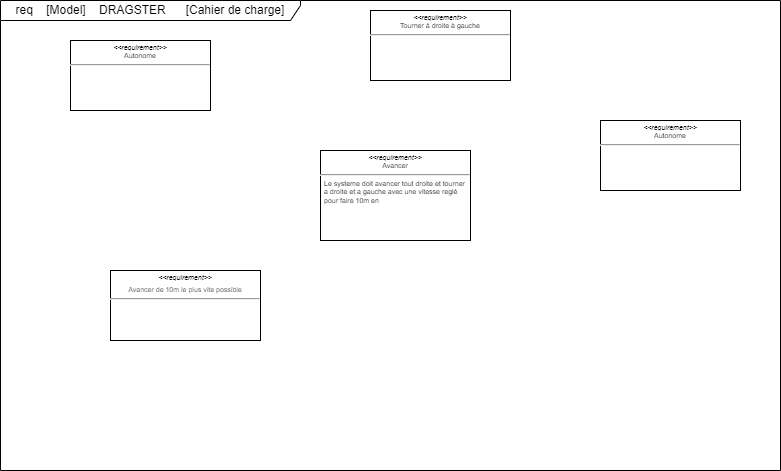
This is cahier de charge.drawio.png from RayenENSEA/DRAGSTER, a draw.io export, as it was before one commit. Source tidied: cells renumbered, new cells last; positions are measured from the earlier drawing's top-left corner, leaving out a move shared by most shapes.
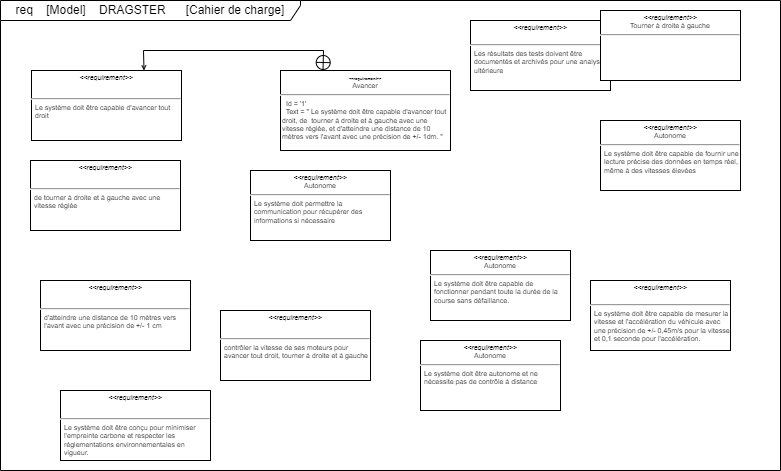
After the change.

Commit message:
Mettre à jour cahier de charge.drawio.png

Diff of the diagram source:
```diff
@@ -5,20 +5,52 @@
     <mxCell id="2" value="req&amp;nbsp; &amp;nbsp; [Model]&amp;nbsp; &amp;nbsp; DRAGSTER&amp;nbsp; &amp;nbsp; &amp;nbsp; [Cahier de charge]" style="shape=umlFrame;whiteSpace=wrap;html=1;width=300;height=20;" parent="1" vertex="1">
       <mxGeometry width="780" height="470" as="geometry" />
     </mxCell>
-    <mxCell id="3" value="&lt;p style=&quot;margin: 4px 0px 0px; text-align: center; font-size: 7px;&quot;&gt;&lt;i style=&quot;font-size: 7px;&quot;&gt;&amp;lt;&amp;lt;requirement&amp;gt;&amp;gt;&lt;/i&gt;&lt;br style=&quot;font-size: 7px;&quot;&gt;Autonome&lt;br style=&quot;font-size: 7px;&quot;&gt;&lt;/p&gt;&lt;hr style=&quot;font-size: 7px;&quot;&gt;&lt;p style=&quot;margin: 0px 0px 0px 4px; font-size: 7px;&quot;&gt;&lt;br style=&quot;font-size: 7px;&quot;&gt;&lt;/p&gt;" style="verticalAlign=top;align=left;overflow=fill;fontSize=7;fontFamily=Helvetica;html=1;whiteSpace=wrap;" parent="1" vertex="1">
-      <mxGeometry x="70" y="40" width="140" height="70" as="geometry" />
+    <mxCell id="3" value="&lt;p style=&quot;margin: 4px 0px 0px; text-align: center; font-size: 7px;&quot;&gt;&lt;i style=&quot;font-size: 7px;&quot;&gt;&amp;lt;&amp;lt;requirement&amp;gt;&amp;gt;&lt;/i&gt;&lt;br style=&quot;font-size: 7px;&quot;&gt;Autonome&lt;br style=&quot;font-size: 7px;&quot;&gt;&lt;/p&gt;&lt;hr style=&quot;font-size: 7px;&quot;&gt;&lt;p style=&quot;margin: 0px 0px 0px 4px; font-size: 7px;&quot;&gt;Le système doit être capable de&amp;nbsp;&lt;/p&gt;&lt;p style=&quot;margin: 0px 0px 0px 4px; font-size: 7px;&quot;&gt;fonctionner pendant toute la durée de la course sans défaillance.&lt;br style=&quot;font-size: 7px;&quot;&gt;&lt;/p&gt;" style="verticalAlign=top;align=left;overflow=fill;fontSize=7;fontFamily=Helvetica;html=1;whiteSpace=wrap;" parent="1" vertex="1">
+      <mxGeometry x="430" y="250" width="140" height="70" as="geometry" />
     </mxCell>
-    <mxCell id="4" value="&lt;p style=&quot;margin: 4px 0px 0px; text-align: center; font-size: 7px;&quot;&gt;&lt;i style=&quot;font-size: 7px;&quot;&gt;&amp;lt;&amp;lt;requirement&amp;gt;&amp;gt;&lt;/i&gt;&lt;br style=&quot;font-size: 7px;&quot;&gt;Avancer&lt;br style=&quot;font-size: 7px;&quot;&gt;&lt;/p&gt;&lt;hr style=&quot;font-size: 7px;&quot;&gt;&lt;p style=&quot;margin: 0px 0px 0px 4px; font-size: 7px;&quot;&gt;Le systeme doit avancer tout droite et tourner a droite et a gauche avec une vitesse reglé&lt;/p&gt;&lt;p style=&quot;margin: 0px 0px 0px 4px; font-size: 7px;&quot;&gt;pour faire 10m en&amp;nbsp;&lt;/p&gt;" style="verticalAlign=top;align=left;overflow=fill;fontSize=7;fontFamily=Helvetica;html=1;whiteSpace=wrap;" parent="1" vertex="1">
-      <mxGeometry x="320" y="150" width="150" height="90" as="geometry" />
+    <mxCell id="4" value="&lt;p style=&quot;margin: 4px 0px 0px; text-align: center;&quot;&gt;&lt;i style=&quot;&quot;&gt;&lt;b style=&quot;&quot;&gt;&lt;font style=&quot;font-size: 4px;&quot;&gt;&amp;lt;&amp;lt;requirement&amp;gt;&amp;gt;&lt;/font&gt;&lt;/b&gt;&lt;/i&gt;&lt;br style=&quot;font-size: 7px;&quot;&gt;Avancer&lt;br style=&quot;font-size: 7px;&quot;&gt;&lt;/p&gt;&lt;hr style=&quot;font-size: 7px;&quot;&gt;&lt;p style=&quot;margin: 0px 0px 0px 4px; font-size: 7px;&quot;&gt;&amp;nbsp;Id = '1'&lt;/p&gt;&amp;nbsp; &amp;nbsp;Text = &quot; Le système doit être capable d'avancer tout&amp;nbsp; &amp;nbsp;droit, de&amp;nbsp; tourner à droite et à gauche avec une&amp;nbsp; &amp;nbsp;vitesse réglée, et d'atteindre une distance de 10&amp;nbsp; &amp;nbsp;mètres vers l'avant avec une précision de +/- 1dm.&amp;nbsp;&lt;span style=&quot;background-color: initial;&quot;&gt;&quot;&lt;/span&gt;" style="verticalAlign=top;align=left;overflow=fill;fontSize=7;fontFamily=Helvetica;html=1;whiteSpace=wrap;spacingTop=4;" parent="1" vertex="1">
+      <mxGeometry x="280" y="70" width="170" height="80" as="geometry" />
     </mxCell>
-    <mxCell id="5" value="&lt;p style=&quot;margin: 4px 0px 0px; text-align: center; font-size: 7px;&quot;&gt;&lt;i style=&quot;font-size: 7px;&quot;&gt;&amp;lt;&amp;lt;requirement&amp;gt;&amp;gt;&lt;/i&gt;&lt;br style=&quot;font-size: 7px;&quot;&gt;Autonome&lt;br style=&quot;font-size: 7px;&quot;&gt;&lt;/p&gt;&lt;hr style=&quot;font-size: 7px;&quot;&gt;&lt;p style=&quot;margin: 0px 0px 0px 4px; font-size: 7px;&quot;&gt;&lt;br style=&quot;font-size: 7px;&quot;&gt;&lt;/p&gt;" style="verticalAlign=top;align=left;overflow=fill;fontSize=7;fontFamily=Helvetica;html=1;whiteSpace=wrap;" parent="1" vertex="1">
+    <mxCell id="5" value="&lt;p style=&quot;margin: 4px 0px 0px; text-align: center; font-size: 7px;&quot;&gt;&lt;i style=&quot;font-size: 7px;&quot;&gt;&amp;lt;&amp;lt;requirement&amp;gt;&amp;gt;&lt;/i&gt;&lt;br style=&quot;font-size: 7px;&quot;&gt;Autonome&lt;br style=&quot;font-size: 7px;&quot;&gt;&lt;/p&gt;&lt;hr style=&quot;font-size: 7px;&quot;&gt;&lt;p style=&quot;margin: 0px 0px 0px 4px; font-size: 7px;&quot;&gt;Le système doit être capable de fournir une lecture précise des données en temps réel, même à des vitesses élevées&lt;br style=&quot;font-size: 7px;&quot;&gt;&lt;/p&gt;" style="verticalAlign=top;align=left;overflow=fill;fontSize=7;fontFamily=Helvetica;html=1;whiteSpace=wrap;" parent="1" vertex="1">
       <mxGeometry x="600" y="120" width="140" height="70" as="geometry" />
     </mxCell>
-    <mxCell id="6" value="&lt;p style=&quot;margin: 4px 0px 0px; text-align: center; font-size: 7px;&quot;&gt;&lt;i style=&quot;font-size: 7px;&quot;&gt;&amp;lt;&amp;lt;requirement&amp;gt;&amp;gt;&lt;/i&gt;&lt;br style=&quot;font-size: 7px;&quot;&gt;Tourner à droite à gauche&lt;/p&gt;&lt;hr style=&quot;font-size: 7px;&quot;&gt;&lt;p style=&quot;margin: 0px 0px 0px 4px; font-size: 7px;&quot;&gt;&lt;br style=&quot;font-size: 7px;&quot;&gt;&lt;/p&gt;" style="verticalAlign=top;align=left;overflow=fill;fontSize=7;fontFamily=Helvetica;html=1;whiteSpace=wrap;" parent="1" vertex="1">
-      <mxGeometry x="370" y="10" width="140" height="70" as="geometry" />
+    <mxCell id="6" value="&lt;p style=&quot;margin: 4px 0px 0px; text-align: center; font-size: 7px;&quot;&gt;&lt;i style=&quot;font-size: 7px;&quot;&gt;&amp;lt;&amp;lt;requirement&amp;gt;&amp;gt;&lt;/i&gt;&lt;br style=&quot;font-size: 7px;&quot;&gt;&amp;nbsp;&lt;/p&gt;&lt;hr style=&quot;font-size: 7px;&quot;&gt;&lt;p style=&quot;margin: 0px 0px 0px 4px; font-size: 7px;&quot;&gt;Les résultats des tests doivent être documentés et archivés pour une analyse ultérieure&lt;br style=&quot;font-size: 7px;&quot;&gt;&lt;/p&gt;" style="verticalAlign=top;align=left;overflow=fill;fontSize=7;fontFamily=Helvetica;html=1;whiteSpace=wrap;" parent="1" vertex="1">
+      <mxGeometry x="470" y="20" width="140" height="70" as="geometry" />
     </mxCell>
-    <mxCell id="7" value="&lt;p style=&quot;margin: 4px 0px 0px; text-align: center; font-size: 7px;&quot;&gt;&lt;i style=&quot;font-size: 7px;&quot;&gt;&amp;lt;&amp;lt;requirement&amp;gt;&amp;gt;&lt;/i&gt;&lt;/p&gt;&lt;p style=&quot;margin: 4px 0px 0px; text-align: center; font-size: 7px;&quot;&gt;&lt;span style=&quot;color: rgb(51, 51, 51); font-family: &amp;quot;Helvetica Neue&amp;quot;, Helvetica, Arial, sans-serif; background-color: initial; text-align: left;&quot;&gt;Avancer de 10m le plus vite possible&lt;/span&gt;&lt;/p&gt;&lt;hr style=&quot;font-size: 7px;&quot;&gt;&lt;p style=&quot;margin: 0px 0px 0px 4px; font-size: 7px;&quot;&gt;&lt;br style=&quot;font-size: 7px;&quot;&gt;&lt;/p&gt;" style="verticalAlign=top;align=left;overflow=fill;fontSize=7;fontFamily=Helvetica;html=1;whiteSpace=wrap;" parent="1" vertex="1">
-      <mxGeometry x="110" y="270" width="150" height="70" as="geometry" />
+    <mxCell id="7" value="&lt;p style=&quot;margin: 4px 0px 0px; text-align: center; font-size: 7px;&quot;&gt;&lt;i style=&quot;font-size: 7px;&quot;&gt;&amp;lt;&amp;lt;requirement&amp;gt;&amp;gt;&lt;/i&gt;&lt;/p&gt;&lt;p style=&quot;margin: 4px 0px 0px; text-align: center; font-size: 7px;&quot;&gt;&amp;nbsp;&lt;/p&gt;&lt;hr style=&quot;font-size: 7px;&quot;&gt;&lt;p style=&quot;margin: 0px 0px 0px 4px; font-size: 7px;&quot;&gt;Le système doit être capable d'avancer tout droit&lt;br style=&quot;font-size: 7px;&quot;&gt;&lt;/p&gt;" style="verticalAlign=top;align=left;overflow=fill;fontSize=7;fontFamily=Helvetica;html=1;whiteSpace=wrap;" parent="1" vertex="1">
+      <mxGeometry x="31" y="70" width="150" height="70" as="geometry" />
     </mxCell>
+    <mxCell id="8" value="&lt;p style=&quot;margin: 4px 0px 0px; text-align: center; font-size: 7px;&quot;&gt;&lt;i style=&quot;font-size: 7px;&quot;&gt;&amp;lt;&amp;lt;requirement&amp;gt;&amp;gt;&lt;/i&gt;&lt;br style=&quot;font-size: 7px;&quot;&gt;Tourner à droite à gauche&lt;/p&gt;&lt;hr style=&quot;font-size: 7px;&quot;&gt;&lt;p style=&quot;margin: 0px 0px 0px 4px; font-size: 7px;&quot;&gt;&lt;br style=&quot;font-size: 7px;&quot;&gt;&lt;/p&gt;" style="verticalAlign=top;align=left;overflow=fill;fontSize=7;fontFamily=Helvetica;html=1;whiteSpace=wrap;" parent="1" vertex="1">
+      <mxGeometry x="600" y="10" width="140" height="70" as="geometry" />
+    </mxCell>
+    <mxCell id="9" value="&lt;p style=&quot;margin: 4px 0px 0px; text-align: center; font-size: 7px;&quot;&gt;&lt;i style=&quot;font-size: 7px;&quot;&gt;&amp;lt;&amp;lt;requirement&amp;gt;&amp;gt;&lt;/i&gt;&lt;br style=&quot;font-size: 7px;&quot;&gt;&amp;nbsp;&lt;/p&gt;&lt;hr style=&quot;font-size: 7px;&quot;&gt;&lt;p style=&quot;margin: 0px 0px 0px 4px; font-size: 7px;&quot;&gt;Le système doit être capable de mesurer la vitesse et l'accélération du véhicule avec une précision de +/- 0,45m/s pour la vitesse et 0,1 seconde pour l'accélération.&lt;br style=&quot;font-size: 7px;&quot;&gt;&lt;/p&gt;" style="verticalAlign=top;align=left;overflow=fill;fontSize=7;fontFamily=Helvetica;html=1;whiteSpace=wrap;" parent="1" vertex="1">
+      <mxGeometry x="590" y="280" width="140" height="70" as="geometry" />
+    </mxCell>
+    <mxCell id="10" style="endArrow=open;startArrow=circlePlus;endFill=0;startFill=0;endSize=3;html=1;rounded=0;exitX=0.25;exitY=0;exitDx=0;exitDy=0;entryX=0.75;entryY=0;entryDx=0;entryDy=0;fontSize=7;strokeWidth=1;jumpSize=1;" parent="1" edge="1" source="4" target="7">
+      <mxGeometry relative="1" as="geometry">
+        <Array as="points">
+          <mxPoint x="323" y="50" />
+          <mxPoint x="143" y="50" />
+        </Array>
+      </mxGeometry>
+    </mxCell>
+    <mxCell id="11" value="&lt;p style=&quot;margin: 4px 0px 0px; text-align: center; font-size: 7px;&quot;&gt;&lt;i style=&quot;font-size: 7px;&quot;&gt;&amp;lt;&amp;lt;requirement&amp;gt;&amp;gt;&lt;/i&gt;&lt;/p&gt;&lt;p style=&quot;margin: 4px 0px 0px; text-align: center; font-size: 7px;&quot;&gt;&amp;nbsp;&lt;/p&gt;&lt;hr style=&quot;font-size: 7px;&quot;&gt;&lt;p style=&quot;margin: 0px 0px 0px 4px; font-size: 7px;&quot;&gt;de tourner à droite et à gauche avec une vitesse réglée&lt;br style=&quot;font-size: 7px;&quot;&gt;&lt;/p&gt;" style="verticalAlign=top;align=left;overflow=fill;fontSize=7;fontFamily=Helvetica;html=1;whiteSpace=wrap;" parent="1" vertex="1">
+      <mxGeometry x="30" y="160" width="150" height="70" as="geometry" />
+    </mxCell>
+    <mxCell id="12" value="&lt;p style=&quot;margin: 4px 0px 0px; text-align: center; font-size: 7px;&quot;&gt;&lt;i style=&quot;font-size: 7px;&quot;&gt;&amp;lt;&amp;lt;requirement&amp;gt;&amp;gt;&lt;/i&gt;&lt;/p&gt;&lt;p style=&quot;margin: 4px 0px 0px; text-align: center; font-size: 7px;&quot;&gt;&amp;nbsp;&lt;/p&gt;&lt;hr style=&quot;font-size: 7px;&quot;&gt;&lt;p style=&quot;margin: 0px 0px 0px 4px; font-size: 7px;&quot;&gt;d'atteindre une distance de 10 mètres vers l'avant avec une précision de +/- 1 cm&lt;br style=&quot;font-size: 7px;&quot;&gt;&lt;/p&gt;" style="verticalAlign=top;align=left;overflow=fill;fontSize=7;fontFamily=Helvetica;html=1;whiteSpace=wrap;" parent="1" vertex="1">
+      <mxGeometry x="40" y="280" width="150" height="70" as="geometry" />
+    </mxCell>
+    <mxCell id="13" value="&lt;p style=&quot;margin: 4px 0px 0px; text-align: center; font-size: 7px;&quot;&gt;&lt;i style=&quot;font-size: 7px;&quot;&gt;&amp;lt;&amp;lt;requirement&amp;gt;&amp;gt;&lt;/i&gt;&lt;/p&gt;&lt;p style=&quot;margin: 4px 0px 0px; text-align: center; font-size: 7px;&quot;&gt;&amp;nbsp;&lt;/p&gt;&lt;hr style=&quot;font-size: 7px;&quot;&gt;&lt;p style=&quot;margin: 0px 0px 0px 4px; font-size: 7px;&quot;&gt;contrôler la vitesse de ses moteurs pour avancer tout droit, tourner à droite et à gauche&lt;br style=&quot;font-size: 7px;&quot;&gt;&lt;/p&gt;" style="verticalAlign=top;align=left;overflow=fill;fontSize=7;fontFamily=Helvetica;html=1;whiteSpace=wrap;" parent="1" vertex="1">
+      <mxGeometry x="220" y="310" width="150" height="70" as="geometry" />
+    </mxCell>
+    <mxCell id="14" value="&lt;p style=&quot;margin: 4px 0px 0px; text-align: center; font-size: 7px;&quot;&gt;&lt;i style=&quot;font-size: 7px;&quot;&gt;&amp;lt;&amp;lt;requirement&amp;gt;&amp;gt;&lt;/i&gt;&lt;br style=&quot;font-size: 7px;&quot;&gt;Autonome&lt;br style=&quot;font-size: 7px;&quot;&gt;&lt;/p&gt;&lt;hr style=&quot;font-size: 7px;&quot;&gt;&lt;p style=&quot;margin: 0px 0px 0px 4px; font-size: 7px;&quot;&gt;Le système doit être autonome et ne nécessite pas de contrôle à distance&lt;br&gt;&lt;/p&gt;" style="verticalAlign=top;align=left;overflow=fill;fontSize=7;fontFamily=Helvetica;html=1;whiteSpace=wrap;" parent="1" vertex="1">
+      <mxGeometry x="420" y="340" width="140" height="70" as="geometry" />
+    </mxCell>
+    <mxCell id="15" value="&lt;p style=&quot;margin: 4px 0px 0px; text-align: center; font-size: 7px;&quot;&gt;&lt;i style=&quot;font-size: 7px;&quot;&gt;&amp;lt;&amp;lt;requirement&amp;gt;&amp;gt;&lt;/i&gt;&lt;br style=&quot;font-size: 7px;&quot;&gt;Autonome&lt;br style=&quot;font-size: 7px;&quot;&gt;&lt;/p&gt;&lt;hr style=&quot;font-size: 7px;&quot;&gt;&lt;p style=&quot;margin: 0px 0px 0px 4px; font-size: 7px;&quot;&gt;Le système doit permettre la communication pour récupérer des informations si nécessaire&lt;br&gt;&lt;/p&gt;" style="verticalAlign=top;align=left;overflow=fill;fontSize=7;fontFamily=Helvetica;html=1;whiteSpace=wrap;" parent="1" vertex="1">
+      <mxGeometry x="250" y="170" width="140" height="70" as="geometry" />
+    </mxCell>
+    <mxCell id="16" value="&lt;p style=&quot;margin: 4px 0px 0px; text-align: center; font-size: 7px;&quot;&gt;&lt;i style=&quot;font-size: 7px;&quot;&gt;&amp;lt;&amp;lt;requirement&amp;gt;&amp;gt;&lt;/i&gt;&lt;/p&gt;&lt;p style=&quot;margin: 4px 0px 0px; text-align: center; font-size: 7px;&quot;&gt;&amp;nbsp;&lt;/p&gt;&lt;hr style=&quot;font-size: 7px;&quot;&gt;&lt;p style=&quot;margin: 0px 0px 0px 4px; font-size: 7px;&quot;&gt;Le système doit être conçu pour minimiser l'empreinte carbone et respecter les réglementations environnementales en&amp;nbsp;&lt;/p&gt;&lt;p style=&quot;margin: 0px 0px 0px 4px; font-size: 7px;&quot;&gt;vigueur.&lt;br style=&quot;font-size: 7px;&quot;&gt;&lt;/p&gt;" style="verticalAlign=top;align=left;overflow=fill;fontSize=7;fontFamily=Helvetica;html=1;whiteSpace=wrap;" parent="1" vertex="1">
+      <mxGeometry x="60" y="390" width="150" height="70" as="geometry" />
+    </mxCell>
   </root>
 </mxGraphModel>
```
